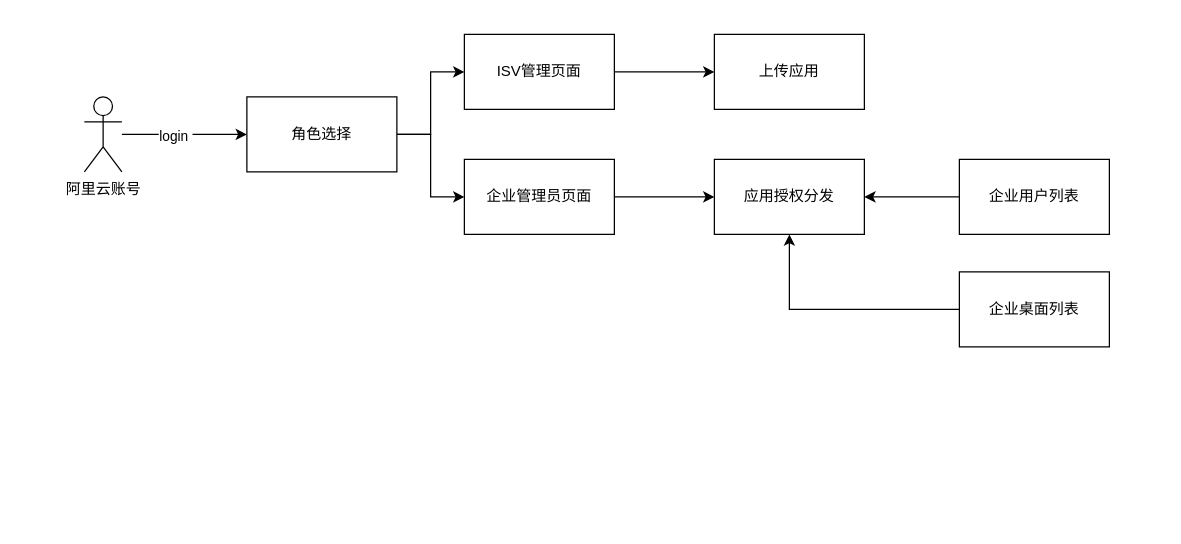
chenkangzeng/appstreaming keeps this draw.io diagram as Untitled Diagram.drawio. Above is the earlier version. Source tidied: cells renumbered, new cells numbered last; positions are measured from the earlier drawing's top-left corner, leaving out a move shared by most shapes. Both pictures are drawn from the tidied source at 125%, with x=0, y=0 at pixel (84, 34).
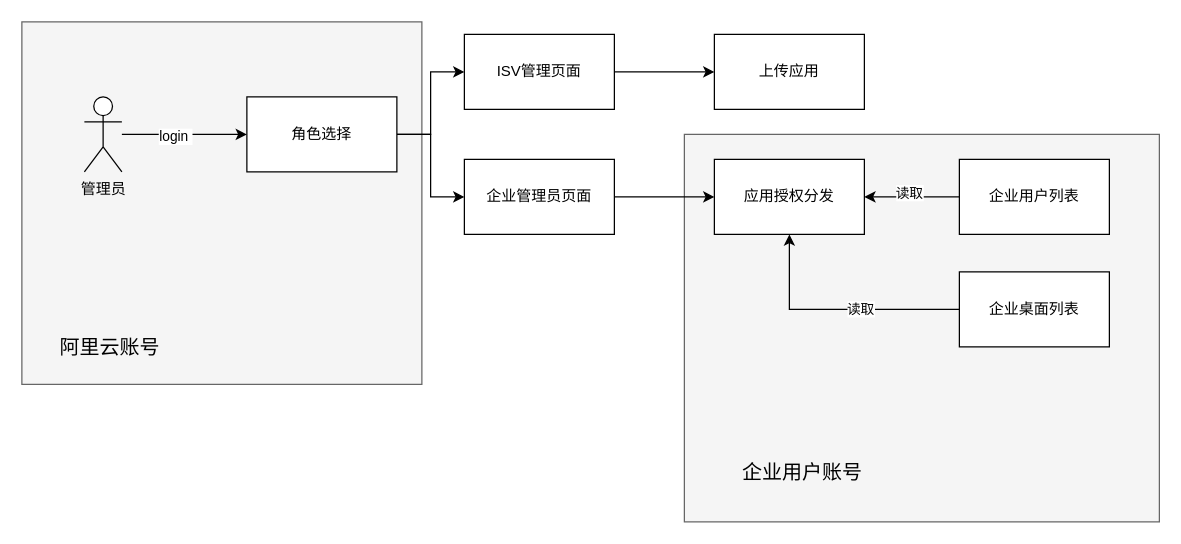
After the change.

Unchanged cells that the change refers to:
```xml
<mxCell id="14" style="edgeStyle=orthogonalEdgeStyle;rounded=0;jettySize=auto;html=1;" parent="1" edge="1" source="15" target="13">
  <mxGeometry relative="1" as="geometry" />
</mxCell>
<mxCell id="16" style="edgeStyle=orthogonalEdgeStyle;rounded=0;jettySize=auto;html=1;entryX=0.5;entryY=1;entryDx=0;entryDy=0;" parent="1" edge="1" source="17" target="13">
  <mxGeometry relative="1" as="geometry" />
</mxCell>
```

Change to the diagram source:
```diff
@@
+    <mxCell id="18" style="rounded=0;whiteSpace=wrap;html=1;fillColor=#f5f5f5;strokeColor=#666666;fontColor=#333333;" parent="1" vertex="1">
+      <mxGeometry x="480" y="80" width="380" height="310" as="geometry" />
+    </mxCell>
+    <mxCell id="19" style="rounded=0;whiteSpace=wrap;html=1;fillColor=#f5f5f5;strokeColor=#666666;fontColor=#333333;" parent="1" vertex="1">
+      <mxGeometry x="-50" y="-10" width="320" height="290" as="geometry" />
+    </mxCell>
@@
-    <mxCell id="7" value="阿里云账号" style="shape=umlActor;verticalLabelPosition=bottom;verticalAlign=top;html=1;outlineConnect=0;" parent="1" vertex="1">
+    <mxCell id="7" value="管理员" style="shape=umlActor;verticalLabelPosition=bottom;verticalAlign=top;html=1;outlineConnect=0;" parent="1" vertex="1">
       <mxGeometry y="50" width="30" height="60" as="geometry" />
     </mxCell>
@@
+    <mxCell id="20" value="读取" style="edgeLabel;html=1;align=center;verticalAlign=middle;" parent="14" vertex="1">
+      <mxGeometry x="0.08" y="-4" relative="1" as="geometry" />
+    </mxCell>
@@
+    <mxCell id="21" value="读取" style="edgeLabel;html=1;align=center;verticalAlign=middle;" parent="16" vertex="1">
+      <mxGeometry x="-0.18" y="-1" relative="1" as="geometry" />
+    </mxCell>
@@
+    <mxCell id="22" value="阿里云账号" style="text;html=1;align=center;verticalAlign=middle;strokeColor=none;fontSize=16;" parent="1" vertex="1">
+      <mxGeometry x="-30" y="240" width="100" height="20" as="geometry" />
+    </mxCell>
+    <mxCell id="23" value="企业用户账号" style="text;html=1;align=center;verticalAlign=middle;strokeColor=none;fontSize=16;" parent="1" vertex="1">
+      <mxGeometry x="519" y="340" width="110" height="20" as="geometry" />
+    </mxCell>
```
